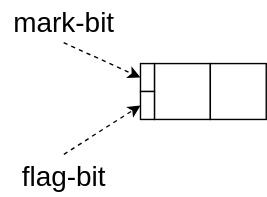
sinotca529/glab-seminar keeps this draw.io diagram as docs/content/gc4/img/dsw-traverse-legend.dio.svg. Above is the earlier version. Source tidied: cells renumbered, new cells last; positions are measured from the earlier drawing's top-left corner, leaving out a move shared by most shapes.
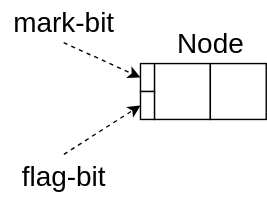
Above is the later version.

Change to the diagram source:
```diff
@@ -28,5 +28,8 @@
     <mxCell id="9" style="endArrow=classic;html=1;exitX=0.502;exitY=-0.002;exitDx=0;exitDy=0;exitPerimeter=0;entryX=0;entryY=0.5;entryDx=0;entryDy=0;dashed=1;" parent="1" edge="1" source="7" target="5">
       <mxGeometry relative="1" as="geometry" />
     </mxCell>
+    <mxCell id="10" value="&lt;font style=&quot;font-size: 20px&quot;&gt;Node&lt;/font&gt;" style="text;html=1;align=center;verticalAlign=middle;strokeColor=none;fillColor=none;" parent="1" vertex="1">
+      <mxGeometry x="120" y="20" width="60" height="20" as="geometry" />
+    </mxCell>
   </root>
 </mxGraphModel>
```
